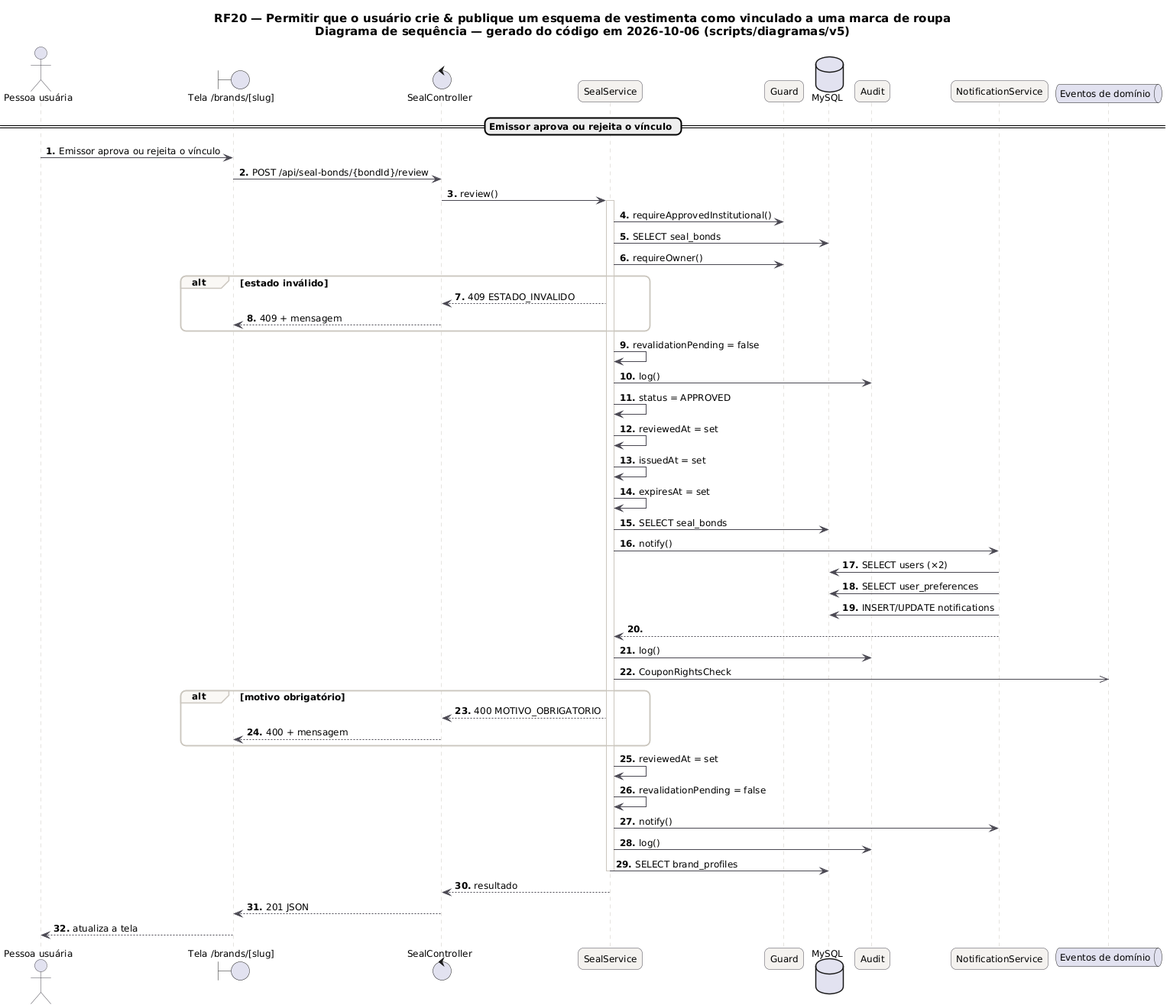
Before: docs/diagramas/RF20/RF20_Sequencia.png, a diagram exported from PlantUML (MatheusHaliski/tcc-2026-fashion-ai-backend). Its diagram source:
```plantuml
@startuml RF20_Sequencia
skinparam backgroundColor #FFFFFF
skinparam shadowing false
skinparam defaultFontName "DejaVu Sans"
skinparam defaultFontSize 12
skinparam titleFontSize 15
skinparam roundcorner 14
skinparam ArrowColor #52606D
skinparam note {
  BackgroundColor #FFFDEB
  BorderColor #D8CE78
  FontColor #554F24
}
skinparam sequence {
  ArrowColor #4A4852
  LifeLineBorderColor #CBC6BE
  ParticipantBackgroundColor #F4F2EF
  ParticipantBorderColor #4A4852
  ActorBorderColor #4A4852
  GroupBorderColor #CBC6BE
  GroupBackgroundColor #FAF8F5
}
autonumber "<b>0."
title RF20 — Permitir que o usuário crie & publique um esquema de vestimenta como vinculado a uma marca de roupa\nDiagrama de sequência — gerado do código em 2026-10-06 (scripts/diagramas/v5)

actor "Pessoa usuária" as U
boundary "Tela /brands/[slug]" as P
control "SealController" as SealController
participant "SealService" as SealService
participant "Guard" as Guard
database "MySQL" as DB_MySQL
participant "Audit" as Audit
participant "NotificationService" as NotificationService
queue "Eventos de domínio" as EV
== Emissor aprova ou rejeita o vínculo ==
U -> P : Emissor aprova ou rejeita o vínculo
P -> SealController : POST /api/seal-bonds/{bondId}/review
SealController -> SealService : review()
activate SealService
SealService -> Guard : requireApprovedInstitutional()
SealService -> DB_MySQL : SELECT seal_bonds
SealService -> Guard : requireOwner()
alt estado inválido
SealService --> SealController : 409 ESTADO_INVALIDO
SealController --> P : 409 + mensagem
end
SealService -> SealService : revalidationPending = false
SealService -> Audit : log()
SealService -> SealService : status = APPROVED
SealService -> SealService : reviewedAt = set
SealService -> SealService : issuedAt = set
SealService -> SealService : expiresAt = set
SealService -> DB_MySQL : SELECT seal_bonds
SealService -> NotificationService : notify()
NotificationService -> DB_MySQL : SELECT users (×2)
NotificationService -> DB_MySQL : SELECT user_preferences
NotificationService -> DB_MySQL : INSERT/UPDATE notifications
NotificationService --> SealService
SealService -> Audit : log()
SealService ->> EV : CouponRightsCheck
alt motivo obrigatório
SealService --> SealController : 400 MOTIVO_OBRIGATORIO
SealController --> P : 400 + mensagem
end
SealService -> SealService : reviewedAt = set
SealService -> SealService : revalidationPending = false
SealService -> NotificationService : notify()
SealService -> Audit : log()
SealService -> DB_MySQL : SELECT brand_profiles
deactivate SealService
SealService --> SealController : resultado
SealController --> P : 201 JSON
P --> U : atualiza a tela
@enduml
```
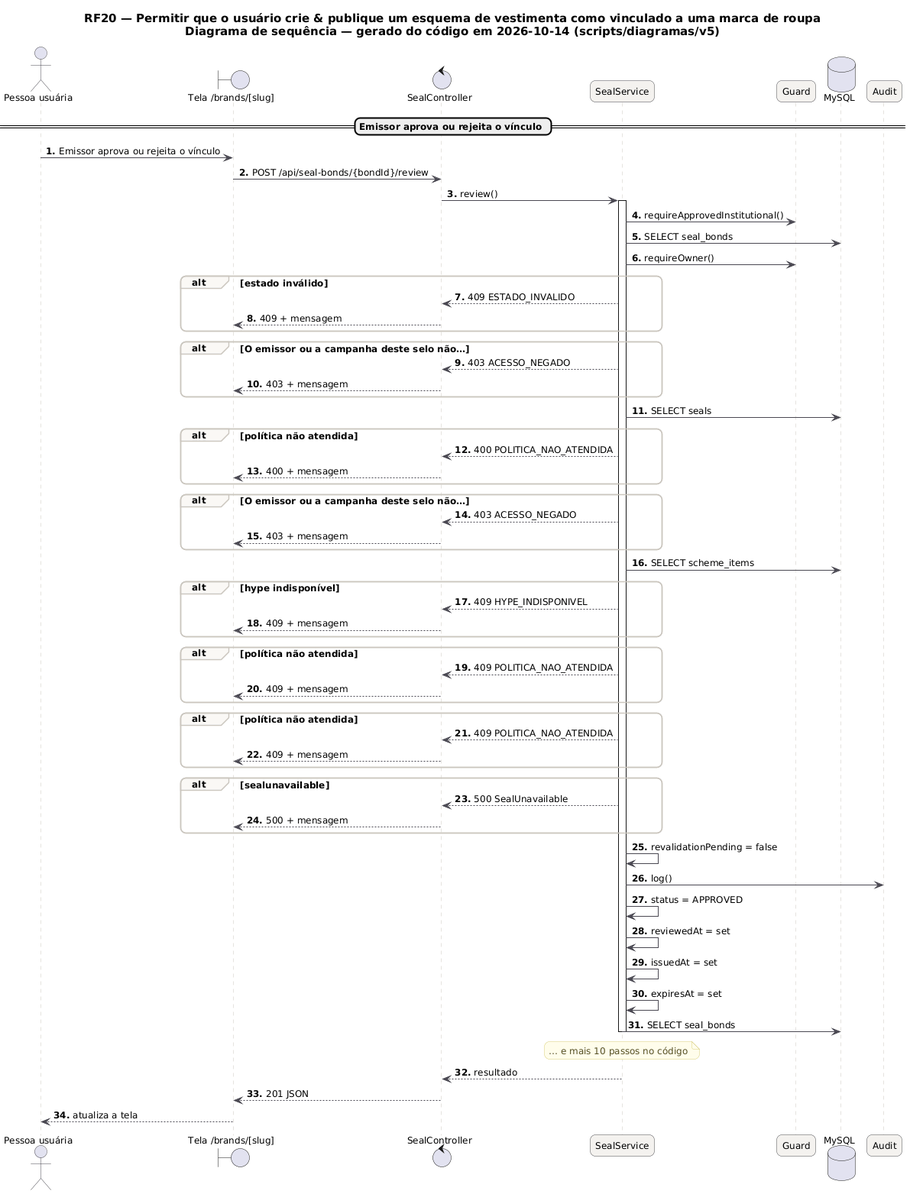
After the change.

Change to the diagram source:
```diff
@@ -21,7 +21,7 @@
   GroupBackgroundColor #FAF8F5
 }
 autonumber "<b>0."
-title RF20 — Permitir que o usuário crie & publique um esquema de vestimenta como vinculado a uma marca de roupa\nDiagrama de sequência — gerado do código em 2026-10-06 (scripts/diagramas/v5)
+title RF20 — Permitir que o usuário crie & publique um esquema de vestimenta como vinculado a uma marca de roupa\nDiagrama de sequência — gerado do código em 2026-10-14 (scripts/diagramas/v5)
 
 actor "Pessoa usuária" as U
 boundary "Tela /brands/[slug]" as P
@@ -30,8 +30,6 @@
 participant "Guard" as Guard
 database "MySQL" as DB_MySQL
 participant "Audit" as Audit
-participant "NotificationService" as NotificationService
-queue "Eventos de domínio" as EV
 == Emissor aprova ou rejeita o vínculo ==
 U -> P : Emissor aprova ou rejeita o vínculo
 P -> SealController : POST /api/seal-bonds/{bondId}/review
@@ -44,6 +42,36 @@
 SealService --> SealController : 409 ESTADO_INVALIDO
 SealController --> P : 409 + mensagem
 end
+alt O emissor ou a campanha deste selo não…
+SealService --> SealController : 403 ACESSO_NEGADO
+SealController --> P : 403 + mensagem
+end
+SealService -> DB_MySQL : SELECT seals
+alt política não atendida
+SealService --> SealController : 400 POLITICA_NAO_ATENDIDA
+SealController --> P : 400 + mensagem
+end
+alt O emissor ou a campanha deste selo não…
+SealService --> SealController : 403 ACESSO_NEGADO
+SealController --> P : 403 + mensagem
+end
+SealService -> DB_MySQL : SELECT scheme_items
+alt hype indisponível
+SealService --> SealController : 409 HYPE_INDISPONIVEL
+SealController --> P : 409 + mensagem
+end
+alt política não atendida
+SealService --> SealController : 409 POLITICA_NAO_ATENDIDA
+SealController --> P : 409 + mensagem
+end
+alt política não atendida
+SealService --> SealController : 409 POLITICA_NAO_ATENDIDA
+SealController --> P : 409 + mensagem
+end
+alt sealunavailable
+SealService --> SealController : 500 SealUnavailable
+SealController --> P : 500 + mensagem
+end
 SealService -> SealService : revalidationPending = false
 SealService -> Audit : log()
 SealService -> SealService : status = APPROVED
@@ -51,22 +79,7 @@
 SealService -> SealService : issuedAt = set
 SealService -> SealService : expiresAt = set
 SealService -> DB_MySQL : SELECT seal_bonds
-SealService -> NotificationService : notify()
-NotificationService -> DB_MySQL : SELECT users (×2)
-NotificationService -> DB_MySQL : SELECT user_preferences
-NotificationService -> DB_MySQL : INSERT/UPDATE notifications
-NotificationService --> SealService
-SealService -> Audit : log()
-SealService ->> EV : CouponRightsCheck
-alt motivo obrigatório
-SealService --> SealController : 400 MOTIVO_OBRIGATORIO
-SealController --> P : 400 + mensagem
-end
-SealService -> SealService : reviewedAt = set
-SealService -> SealService : revalidationPending = false
-SealService -> NotificationService : notify()
-SealService -> Audit : log()
-SealService -> DB_MySQL : SELECT brand_profiles
+note over SealService : … e mais 10 passos no código
 deactivate SealService
 SealService --> SealController : resultado
 SealController --> P : 201 JSON
```
